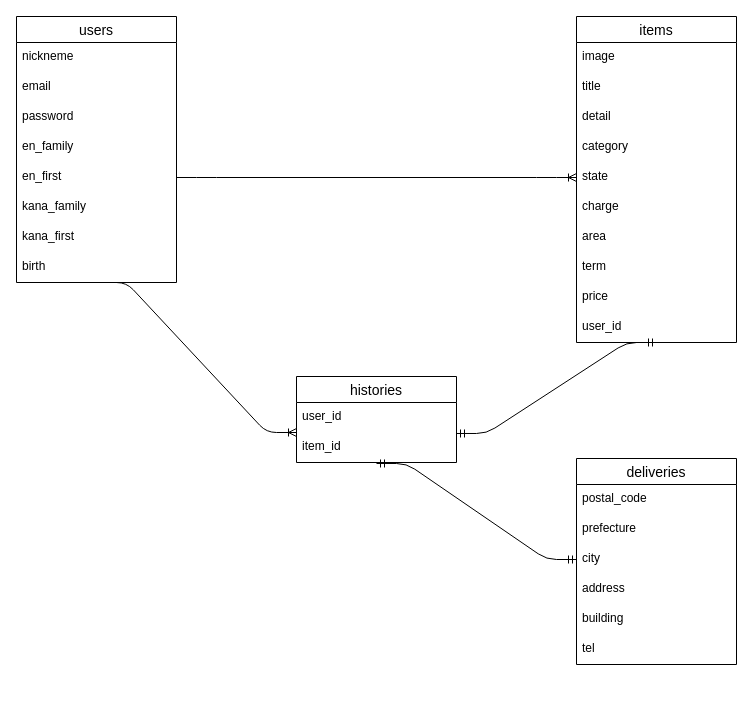
The draw.io diagram er-image.dio in eiyahigaki/furima-36073, before the edit. Source tidied: cells renumbered, new cells numbered last; positions are measured from the earlier drawing's top-left corner, leaving out a move shared by most shapes. Both pictures are drawn from the tidied source at 100%, with x=0, y=0 at pixel (16, 16).
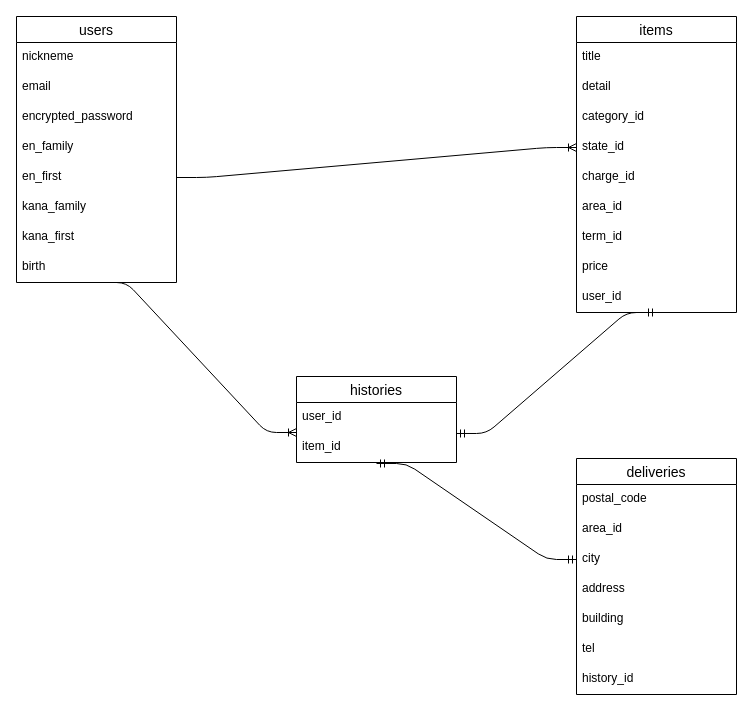
The same diagram, later.

Unchanged cells that the change refers to:
```xml
<mxCell id="2" value="users" style="swimlane;fontStyle=0;horizontal=1;startSize=26;align=center;fontSize=14;" parent="1" vertex="1">
  <mxGeometry width="160" height="266" as="geometry" />
</mxCell>
```

Change to the diagram source:
```diff
@@
-    <mxCell id="5" value="password" style="text;strokeColor=none;fillColor=none;spacingLeft=4;spacingRight=4;overflow=hidden;fontSize=12;" parent="2" vertex="1">
+    <mxCell id="5" value="encrypted_password" style="text;strokeColor=none;fillColor=none;spacingLeft=4;spacingRight=4;overflow=hidden;fontSize=12;" parent="2" vertex="1">
       <mxGeometry y="86" width="160" height="30" as="geometry" />
     </mxCell>
@@
     <mxCell id="11" value="deliveries" style="swimlane;fontStyle=0;horizontal=1;startSize=26;align=center;fontSize=14;" parent="1" vertex="1">
-      <mxGeometry x="560" y="442" width="160" height="206" as="geometry" />
+      <mxGeometry x="560" y="442" width="160" height="236" as="geometry" />
     </mxCell>
@@
-    <mxCell id="13" value="prefecture" style="text;strokeColor=none;fillColor=none;spacingLeft=4;spacingRight=4;overflow=hidden;fontSize=12;" parent="11" vertex="1">
+    <mxCell id="13" value="area_id" style="text;strokeColor=none;fillColor=none;spacingLeft=4;spacingRight=4;overflow=hidden;fontSize=12;" parent="11" vertex="1">
       <mxGeometry y="56" width="160" height="30" as="geometry" />
     </mxCell>
@@
+    <mxCell id="36" value="history_id" style="text;strokeColor=none;fillColor=none;spacingLeft=4;spacingRight=4;overflow=hidden;fontSize=12;" parent="11" vertex="1">
+      <mxGeometry y="206" width="160" height="30" as="geometry" />
+    </mxCell>
@@
     <mxCell id="21" value="items" style="swimlane;fontStyle=0;horizontal=1;startSize=26;align=center;fontSize=14;" parent="1" vertex="1">
-      <mxGeometry x="560" width="160" height="326" as="geometry" />
+      <mxGeometry x="560" width="160" height="296" as="geometry" />
     </mxCell>
-    <mxCell id="22" value="image" style="text;strokeColor=none;fillColor=none;spacingLeft=4;spacingRight=4;overflow=hidden;fontSize=12;" parent="21" vertex="1">
-      <mxGeometry y="26" width="160" height="30" as="geometry" />
-    </mxCell>
     <mxCell id="23" value="title" style="text;strokeColor=none;fillColor=none;spacingLeft=4;spacingRight=4;overflow=hidden;fontSize=12;" parent="21" vertex="1">
-      <mxGeometry y="56" width="160" height="30" as="geometry" />
+      <mxGeometry y="26" width="160" height="30" as="geometry" />
     </mxCell>
     <mxCell id="24" value="detail" style="text;strokeColor=none;fillColor=none;spacingLeft=4;spacingRight=4;overflow=hidden;fontSize=12;" parent="21" vertex="1">
-      <mxGeometry y="86" width="160" height="30" as="geometry" />
+      <mxGeometry y="56" width="160" height="30" as="geometry" />
     </mxCell>
-    <mxCell id="25" value="category" style="text;strokeColor=none;fillColor=none;spacingLeft=4;spacingRight=4;overflow=hidden;fontSize=12;" parent="21" vertex="1">
-      <mxGeometry y="116" width="160" height="30" as="geometry" />
+    <mxCell id="25" value="category_id" style="text;strokeColor=none;fillColor=none;spacingLeft=4;spacingRight=4;overflow=hidden;fontSize=12;" parent="21" vertex="1">
+      <mxGeometry y="86" width="160" height="30" as="geometry" />
     </mxCell>
-    <mxCell id="26" value="state" style="text;strokeColor=none;fillColor=none;spacingLeft=4;spacingRight=4;overflow=hidden;points=[[0,0.5],[1,0.5]];portConstraint=eastwest;fontSize=12;" parent="21" vertex="1">
-      <mxGeometry y="146" width="160" height="30" as="geometry" />
+    <mxCell id="26" value="state_id" style="text;strokeColor=none;fillColor=none;spacingLeft=4;spacingRight=4;overflow=hidden;points=[[0,0.5],[1,0.5]];portConstraint=eastwest;fontSize=12;" parent="21" vertex="1">
+      <mxGeometry y="116" width="160" height="30" as="geometry" />
     </mxCell>
-    <mxCell id="27" value="charge" style="text;strokeColor=none;fillColor=none;spacingLeft=4;spacingRight=4;overflow=hidden;fontSize=12;" parent="21" vertex="1">
-      <mxGeometry y="176" width="160" height="30" as="geometry" />
+    <mxCell id="27" value="charge_id" style="text;strokeColor=none;fillColor=none;spacingLeft=4;spacingRight=4;overflow=hidden;fontSize=12;" parent="21" vertex="1">
+      <mxGeometry y="146" width="160" height="30" as="geometry" />
     </mxCell>
-    <mxCell id="28" value="area" style="text;strokeColor=none;fillColor=none;spacingLeft=4;spacingRight=4;overflow=hidden;fontSize=12;" parent="21" vertex="1">
-      <mxGeometry y="206" width="160" height="30" as="geometry" />
+    <mxCell id="28" value="area_id" style="text;strokeColor=none;fillColor=none;spacingLeft=4;spacingRight=4;overflow=hidden;fontSize=12;" parent="21" vertex="1">
+      <mxGeometry y="176" width="160" height="30" as="geometry" />
     </mxCell>
-    <mxCell id="29" value="term" style="text;strokeColor=none;fillColor=none;spacingLeft=4;spacingRight=4;overflow=hidden;fontSize=12;" parent="21" vertex="1">
-      <mxGeometry y="236" width="160" height="30" as="geometry" />
+    <mxCell id="29" value="term_id" style="text;strokeColor=none;fillColor=none;spacingLeft=4;spacingRight=4;overflow=hidden;fontSize=12;" parent="21" vertex="1">
+      <mxGeometry y="206" width="160" height="30" as="geometry" />
     </mxCell>
     <mxCell id="30" value="price" style="text;strokeColor=none;fillColor=none;spacingLeft=4;spacingRight=4;overflow=hidden;fontSize=12;" parent="21" vertex="1">
-      <mxGeometry y="266" width="160" height="30" as="geometry" />
+      <mxGeometry y="236" width="160" height="30" as="geometry" />
     </mxCell>
     <mxCell id="31" value="user_id" style="text;strokeColor=none;fillColor=none;spacingLeft=4;spacingRight=4;overflow=hidden;points=[[0,0.5],[1,0.5]];portConstraint=eastwest;fontSize=12;" parent="21" vertex="1">
-      <mxGeometry y="296" width="160" height="30" as="geometry" />
+      <mxGeometry y="266" width="160" height="30" as="geometry" />
     </mxCell>
```
